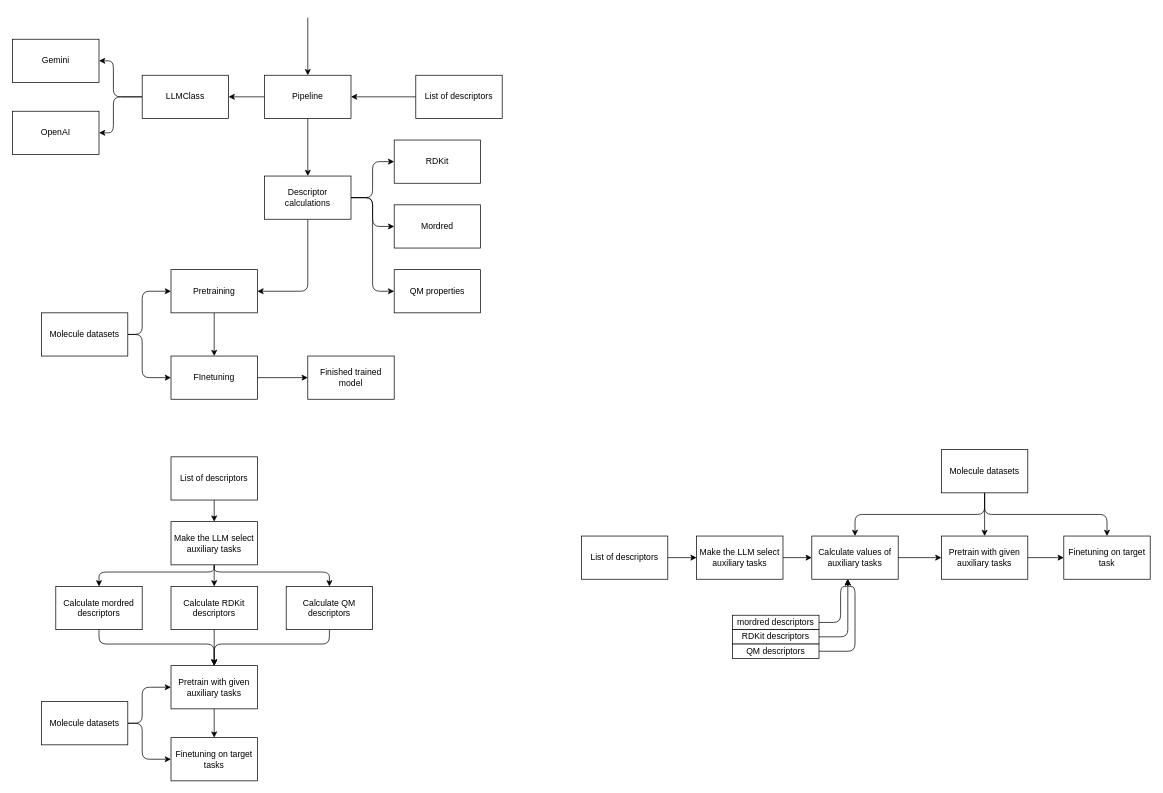
Before: Bachelor-project/flow.drawio in zhiqiangzhongddu/LLM4ATS, a draw.io diagram. Source tidied: cells renumbered, new cells numbered last; positions are measured from the earlier drawing's top-left corner, leaving out a move shared by most shapes. Both pictures are drawn from the tidied source at 72%, with x=0, y=0 at pixel (12, 17).
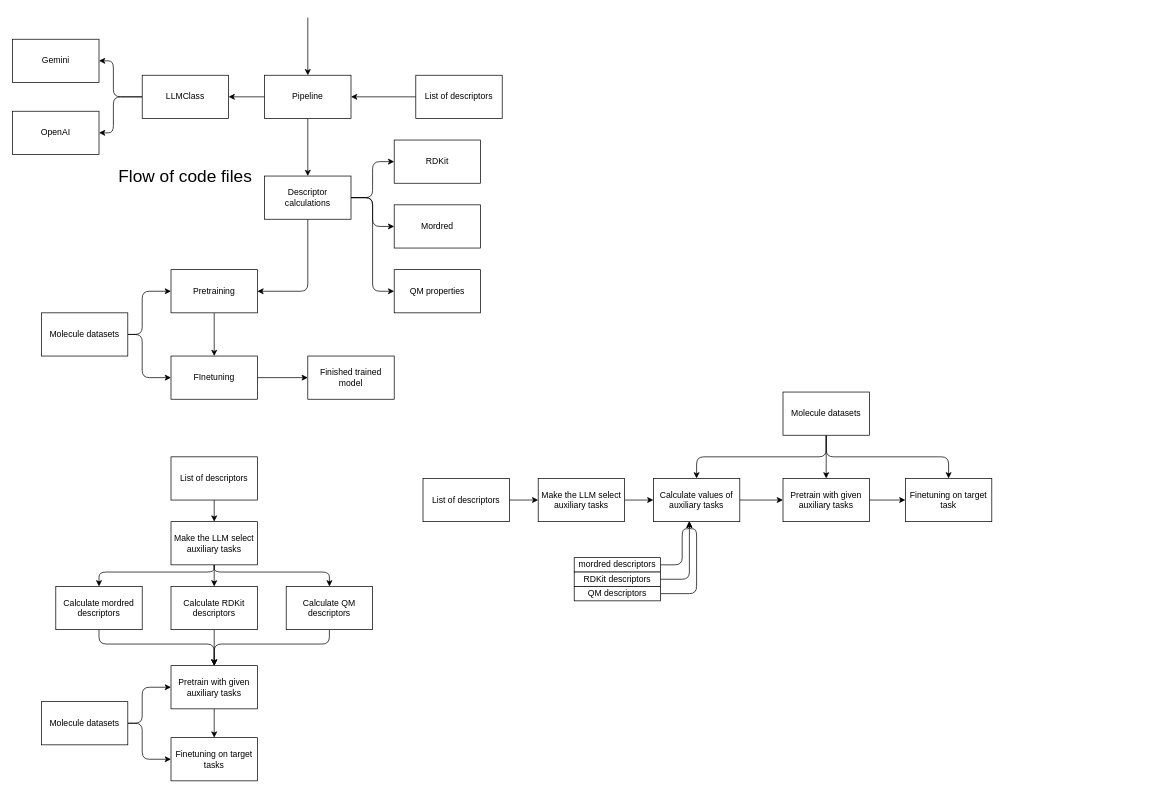
The same page after the edit.

Diff of the diagram source:
```diff
@@
-<mxGraphModel>
+<mxGraphModel background="#ffffff">
@@
     <mxCell id="48" value="List of descriptors" style="rounded=0;whiteSpace=wrap;html=1;" parent="1" vertex="1">
-      <mxGeometry x="790" y="720" width="120" height="60" as="geometry" />
+      <mxGeometry x="570" y="640" width="120" height="60" as="geometry" />
     </mxCell>
@@
     <mxCell id="50" value="Make the LLM select auxiliary tasks" style="rounded=0;whiteSpace=wrap;html=1;" parent="1" vertex="1">
-      <mxGeometry x="950" y="720" width="120" height="60" as="geometry" />
+      <mxGeometry x="730" y="640" width="120" height="60" as="geometry" />
     </mxCell>
@@
     <mxCell id="52" value="Pretrain with given auxiliary tasks" style="rounded=0;whiteSpace=wrap;html=1;" parent="1" vertex="1">
-      <mxGeometry x="1290" y="720" width="120" height="60" as="geometry" />
+      <mxGeometry x="1070" y="640" width="120" height="60" as="geometry" />
     </mxCell>
     <mxCell id="53" value="Finetuning on target task" style="rounded=0;whiteSpace=wrap;html=1;" parent="1" vertex="1">
-      <mxGeometry x="1460" y="720" width="120" height="60" as="geometry" />
+      <mxGeometry x="1240" y="640" width="120" height="60" as="geometry" />
     </mxCell>
@@
     <mxCell id="55" value="Calculate values of auxiliary tasks" style="rounded=0;whiteSpace=wrap;html=1;" parent="1" vertex="1">
-      <mxGeometry x="1110" y="720" width="120" height="60" as="geometry" />
+      <mxGeometry x="890" y="640" width="120" height="60" as="geometry" />
     </mxCell>
     <mxCell id="56" style="edgeStyle=none;html=1;entryX=0.5;entryY=0;entryDx=0;entryDy=0;" parent="1" edge="1" source="59" target="55">
       <mxGeometry relative="1" as="geometry">
         <Array as="points">
-          <mxPoint x="1350" y="690" />
-          <mxPoint x="1170" y="690" />
+          <mxPoint x="1130" y="610" />
+          <mxPoint x="950" y="610" />
         </Array>
       </mxGeometry>
     </mxCell>
@@
     <mxCell id="58" style="edgeStyle=none;html=1;entryX=0.5;entryY=0;entryDx=0;entryDy=0;" parent="1" edge="1" source="59" target="53">
       <mxGeometry relative="1" as="geometry">
         <Array as="points">
-          <mxPoint x="1350" y="690" />
-          <mxPoint x="1520" y="690" />
+          <mxPoint x="1130" y="610" />
+          <mxPoint x="1300" y="610" />
         </Array>
       </mxGeometry>
     </mxCell>
     <mxCell id="59" value="Molecule datasets" style="rounded=0;whiteSpace=wrap;html=1;" parent="1" vertex="1">
-      <mxGeometry x="1290" y="600" width="120" height="60" as="geometry" />
+      <mxGeometry x="1070" y="520" width="120" height="60" as="geometry" />
     </mxCell>
     <mxCell id="60" style="edgeStyle=none;html=1;exitX=1;exitY=0.5;exitDx=0;exitDy=0;" parent="1" edge="1" source="61">
       <mxGeometry relative="1" as="geometry">
-        <mxPoint x="1160" y="780" as="targetPoint" />
+        <mxPoint x="940" y="700" as="targetPoint" />
         <Array as="points">
-          <mxPoint x="1150" y="840" />
-          <mxPoint x="1150" y="790" />
-          <mxPoint x="1160" y="790" />
+          <mxPoint x="930" y="760" />
+          <mxPoint x="930" y="710" />
+          <mxPoint x="940" y="710" />
         </Array>
       </mxGeometry>
     </mxCell>
     <mxCell id="61" value="mordred descriptors" style="rounded=0;whiteSpace=wrap;html=1;" parent="1" vertex="1">
-      <mxGeometry x="1000" y="830" width="120" height="20" as="geometry" />
+      <mxGeometry x="780" y="750" width="120" height="20" as="geometry" />
     </mxCell>
     <mxCell id="62" style="edgeStyle=none;html=1;" parent="1" edge="1" source="63">
       <mxGeometry relative="1" as="geometry">
-        <mxPoint x="1160" y="780" as="targetPoint" />
+        <mxPoint x="940" y="700" as="targetPoint" />
         <Array as="points">
-          <mxPoint x="1160" y="860" />
+          <mxPoint x="940" y="780" />
         </Array>
       </mxGeometry>
     </mxCell>
     <mxCell id="63" value="RDKit descriptors" style="rounded=0;whiteSpace=wrap;html=1;" parent="1" vertex="1">
-      <mxGeometry x="1000" y="850" width="120" height="20" as="geometry" />
+      <mxGeometry x="780" y="770" width="120" height="20" as="geometry" />
     </mxCell>
     <mxCell id="64" style="edgeStyle=none;html=1;entryX=0.414;entryY=0.994;entryDx=0;entryDy=0;entryPerimeter=0;" parent="1" edge="1" source="65" target="55">
       <mxGeometry relative="1" as="geometry">
         <Array as="points">
-          <mxPoint x="1170" y="880" />
-          <mxPoint x="1170" y="790" />
-          <mxPoint x="1160" y="790" />
+          <mxPoint x="950" y="800" />
+          <mxPoint x="950" y="710" />
+          <mxPoint x="940" y="710" />
         </Array>
       </mxGeometry>
     </mxCell>
     <mxCell id="65" value="QM descriptors" style="rounded=0;whiteSpace=wrap;html=1;" parent="1" vertex="1">
-      <mxGeometry x="1000" y="870" width="120" height="20" as="geometry" />
+      <mxGeometry x="780" y="790" width="120" height="20" as="geometry" />
     </mxCell>
+    <mxCell id="66" value="&lt;span style=&quot;font-size: 24px;&quot;&gt;&lt;font style=&quot;background-color: rgb(255, 255, 255);&quot; color=&quot;#000000&quot;&gt;Flow of code files&lt;br&gt;&lt;/font&gt;&lt;br&gt;&lt;/span&gt;" style="text;html=1;strokeColor=none;fillColor=none;align=center;verticalAlign=middle;whiteSpace=wrap;rounded=0;" parent="1" vertex="1">
+      <mxGeometry x="140" y="220" width="200" height="30" as="geometry" />
+    </mxCell>
```
